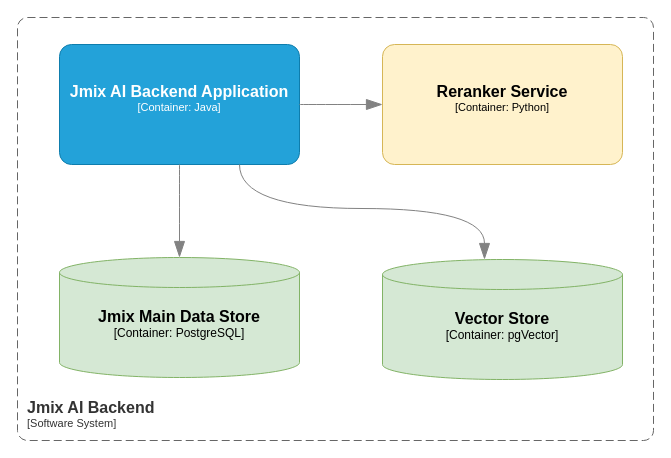
Above: page "containers" (2 of 2) of docs/jmix-ai-backend.drawio in jmix-framework/jmix-ai-backend (draw.io), before the change. Source tidied: cells renumbered, new cells numbered last; positions are measured from the earlier drawing's top-left corner, leaving out a move shared by most shapes. Both pictures are drawn from the tidied source at 100%, with x=0, y=0 at pixel (17, 17).
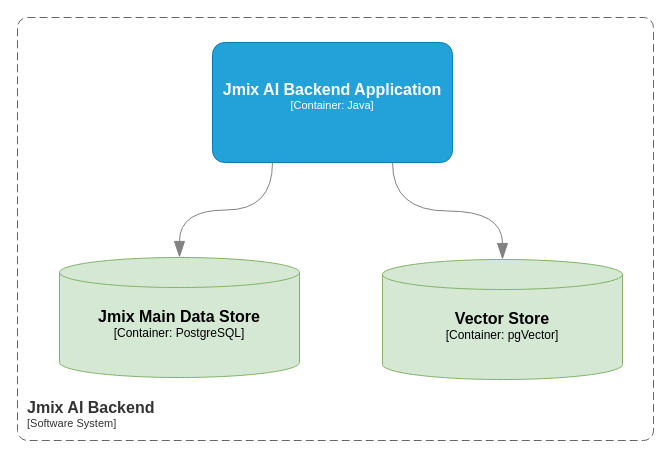
After the change.

The edit, as a diff of the source:
```diff
@@
 <mxGraphModel>
   <root>
     <mxCell id="0" />
     <mxCell id="1" parent="0" />
     <object id="2" label="&lt;font style=&quot;font-size: 16px&quot;&gt;&lt;b&gt;%c4Type%&lt;/b&gt;&lt;/font&gt;&lt;div&gt;[%c4Container%:&amp;nbsp;%c4Technology%]&lt;/div&gt;&lt;br&gt;&lt;div&gt;&lt;font style=&quot;font-size: 11px&quot;&gt;&lt;font color=&quot;#E6E6E6&quot;&gt;%c4Description%&lt;/font&gt;&lt;/div&gt;" c4Container="Container" c4Description="" c4Technology="PostgreSQL" c4Type="Jmix Main Data Store" placeholders="1">
       <mxCell style="shape=cylinder3;size=15;whiteSpace=wrap;html=1;boundedLbl=1;rounded=0;labelBackgroundColor=none;fillColor=#d5e8d4;fontSize=12;align=center;strokeColor=#82b366;points=[[0.5,0,0],[1,0.25,0],[1,0.5,0],[1,0.75,0],[0.5,1,0],[0,0.75,0],[0,0.5,0],[0,0.25,0]];" parent="1" vertex="1">
         <mxGeometry x="42" y="240" width="240" height="120" as="geometry" />
       </mxCell>
     </object>
     <object id="3" label="&lt;font style=&quot;font-size: 16px&quot;&gt;&lt;b&gt;%c4Type%&lt;/b&gt;&lt;/font&gt;&lt;div&gt;[%c4Container%:&amp;nbsp;%c4Technology%]&lt;/div&gt;&lt;br&gt;&lt;div&gt;&lt;font style=&quot;font-size: 11px&quot;&gt;&lt;font color=&quot;#E6E6E6&quot;&gt;%c4Description%&lt;/font&gt;&lt;/div&gt;" c4Container="Container" c4Description="" c4Technology="pgVector" c4Type="Vector Store" placeholders="1">
       <mxCell style="shape=cylinder3;size=15;whiteSpace=wrap;html=1;boundedLbl=1;rounded=0;labelBackgroundColor=none;fillColor=#d5e8d4;fontSize=12;align=center;strokeColor=#82b366;points=[[0.5,0,0],[1,0.25,0],[1,0.5,0],[1,0.75,0],[0.5,1,0],[0,0.75,0],[0,0.5,0],[0,0.25,0]];" parent="1" vertex="1">
         <mxGeometry x="365" y="242" width="240" height="120" as="geometry" />
       </mxCell>
     </object>
     <object id="4" label="&lt;font style=&quot;font-size: 16px&quot;&gt;&lt;b&gt;%c4Name%&lt;/b&gt;&lt;/font&gt;&lt;div&gt;[%c4Type%: %c4Technology%]&lt;/div&gt;&lt;br&gt;&lt;div&gt;&lt;font style=&quot;font-size: 11px&quot;&gt;&lt;font color=&quot;#E6E6E6&quot;&gt;%c4Description%&lt;/font&gt;&lt;/div&gt;" c4Description="" c4Name="Jmix AI Backend Application" c4Technology="Java" c4Type="Container" placeholders="1">
       <mxCell style="rounded=1;whiteSpace=wrap;html=1;fontSize=11;labelBackgroundColor=none;fillColor=#23A2D9;fontColor=#ffffff;align=center;arcSize=10;strokeColor=#0E7DAD;points=[[0.25,0,0],[0.5,0,0],[0.75,0,0],[1,0.25,0],[1,0.5,0],[1,0.75,0],[0.75,1,0],[0.5,1,0],[0.25,1,0],[0,0.75,0],[0,0.5,0],[0,0.25,0]];" parent="1" vertex="1">
-        <mxGeometry x="42" y="27" width="240" height="120" as="geometry" />
+        <mxGeometry x="195" y="25" width="240" height="120" as="geometry" />
       </mxCell>
     </object>
     <object id="5" label="&lt;font style=&quot;font-size: 16px&quot;&gt;&lt;b&gt;&lt;div style=&quot;text-align: left&quot;&gt;%c4Name%&lt;/div&gt;&lt;/b&gt;&lt;/font&gt;&lt;div style=&quot;text-align: left&quot;&gt;[%c4Application%]&lt;/div&gt;" c4Application="Software System" c4Name="Jmix AI Backend" placeholders="1">
       <mxCell style="rounded=1;fontSize=11;whiteSpace=wrap;html=1;dashed=1;arcSize=20;fillColor=none;strokeColor=#666666;fontColor=#333333;labelBackgroundColor=none;align=left;verticalAlign=bottom;labelBorderColor=none;spacingTop=0;spacing=10;dashPattern=8 4;perimeter=rectanglePerimeter;noLabel=0;labelPadding=0;absoluteArcSize=1;" parent="1" vertex="1">
         <mxGeometry width="636" height="423" as="geometry" />
       </mxCell>
     </object>
-    <object id="6" label="&lt;font style=&quot;font-size: 16px&quot;&gt;&lt;b&gt;%c4Name%&lt;/b&gt;&lt;/font&gt;&lt;div&gt;[%c4Type%: %c4Technology%]&lt;/div&gt;&lt;br&gt;&lt;div&gt;&lt;font style=&quot;font-size: 11px&quot;&gt;&lt;font color=&quot;#E6E6E6&quot;&gt;%c4Description%&lt;/font&gt;&lt;/div&gt;" c4Description="" c4Name="Reranker Service" c4Technology="Python" c4Type="Container" placeholders="1">
-      <mxCell style="rounded=1;whiteSpace=wrap;html=1;fontSize=11;labelBackgroundColor=none;fillColor=#fff2cc;align=center;arcSize=10;strokeColor=#d6b656;points=[[0.25,0,0],[0.5,0,0],[0.75,0,0],[1,0.25,0],[1,0.5,0],[1,0.75,0],[0.75,1,0],[0.5,1,0],[0.25,1,0],[0,0.75,0],[0,0.5,0],[0,0.25,0]];" parent="1" vertex="1">
-        <mxGeometry x="365" y="27" width="240" height="120" as="geometry" />
-      </mxCell>
-    </object>
-    <mxCell id="7" style="endArrow=blockThin;html=1;fontSize=10;fontColor=#404040;strokeWidth=1;endFill=1;strokeColor=#828282;elbow=vertical;endSize=14;startSize=14;jumpStyle=arc;jumpSize=16;rounded=0;edgeStyle=orthogonalEdgeStyle;curved=1;" parent="1" edge="1" source="4" target="6">
-      <mxGeometry relative="1" as="geometry" />
-    </mxCell>
-    <mxCell id="8" style="endArrow=blockThin;html=1;fontSize=10;fontColor=#404040;strokeWidth=1;endFill=1;strokeColor=#828282;elbow=vertical;endSize=14;startSize=14;jumpStyle=arc;jumpSize=16;rounded=0;edgeStyle=orthogonalEdgeStyle;curved=1;" parent="1" edge="1" source="4" target="2">
+    <mxCell id="8" style="endArrow=blockThin;html=1;fontSize=10;fontColor=#404040;strokeWidth=1;endFill=1;strokeColor=#828282;elbow=vertical;endSize=14;startSize=14;jumpStyle=arc;jumpSize=16;rounded=0;edgeStyle=orthogonalEdgeStyle;curved=1;exitX=0.25;exitY=1;exitDx=0;exitDy=0;exitPerimeter=0;" parent="1" edge="1" source="4" target="2">
       <mxGeometry relative="1" as="geometry" />
     </mxCell>
     <mxCell id="9" style="endArrow=blockThin;html=1;fontSize=10;fontColor=#404040;strokeWidth=1;endFill=1;strokeColor=#828282;elbow=vertical;endSize=14;startSize=14;jumpStyle=arc;jumpSize=16;rounded=0;edgeStyle=orthogonalEdgeStyle;curved=1;exitX=0.75;exitY=1;exitDx=0;exitDy=0;exitPerimeter=0;" parent="1" edge="1" source="4" target="3">
-      <mxGeometry relative="1" as="geometry">
-        <Array as="points">
-          <mxPoint x="222" y="191" />
-          <mxPoint x="467" y="191" />
-        </Array>
-      </mxGeometry>
+      <mxGeometry relative="1" as="geometry" />
     </mxCell>
   </root>
 </mxGraphModel>
```
